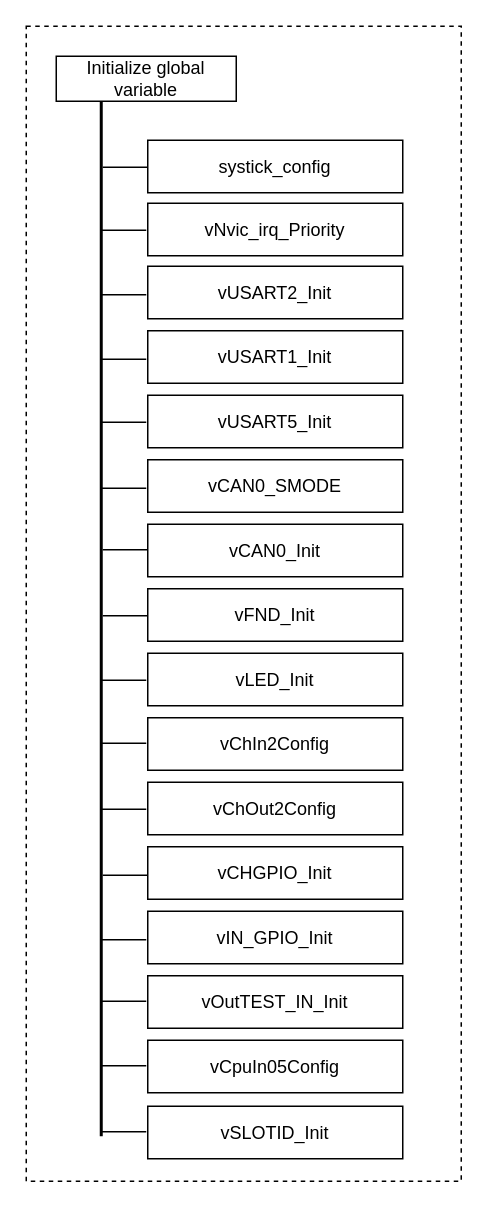
Above: page "IO - INPUT Initialize global variable" (6 of 6) of EABS/Document_Pack/Design/INPUT/BlockDiagram/eabs_input_block_diagram.drawio in chillin2/MyDraw.io (draw.io), before the change. Source tidied: cells renumbered, new cells numbered last; positions are measured from the earlier drawing's top-left corner, leaving out a move shared by most shapes. Both pictures are drawn from the tidied source at 150%, with x=0, y=0 at pixel (26, 26).
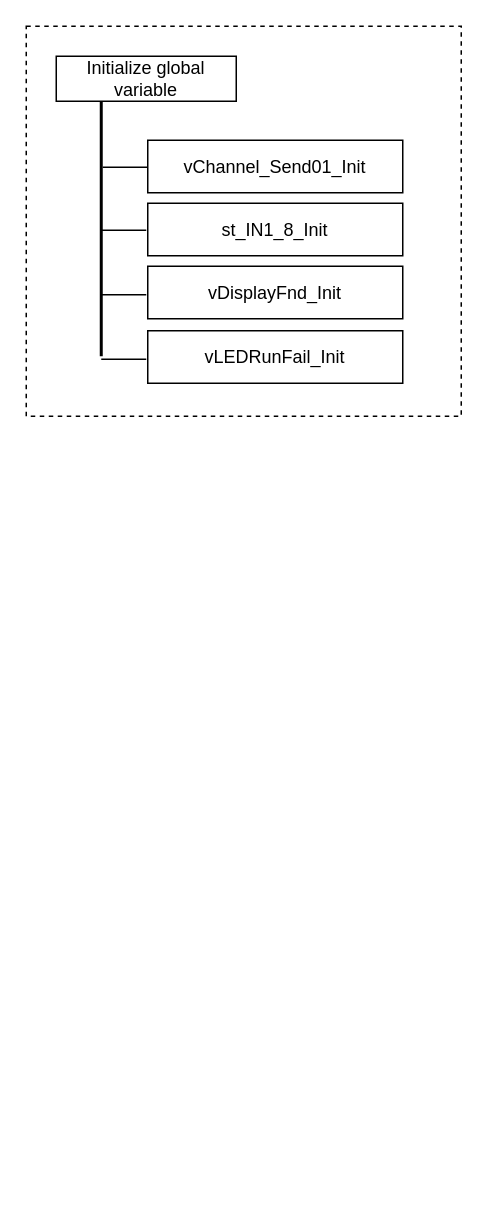
The same diagram, later.

Change to the diagram source:
```diff
@@
     <mxCell id="2" style="rounded=0;whiteSpace=wrap;html=1;dashed=1;" parent="1" vertex="1">
-      <mxGeometry width="290" height="770" as="geometry" />
+      <mxGeometry width="290" height="260" as="geometry" />
     </mxCell>
-    <mxCell id="3" value="&lt;div&gt;systick_config&lt;/div&gt;" style="rounded=0;whiteSpace=wrap;html=1;" parent="1" vertex="1">
+    <mxCell id="3" value="&lt;div&gt;vChannel_Send01_Init&lt;/div&gt;" style="rounded=0;whiteSpace=wrap;html=1;" parent="1" vertex="1">
       <mxGeometry x="81" y="76" width="170" height="35" as="geometry" />
     </mxCell>
-    <mxCell id="4" value="vNvic_irq_Priority" style="rounded=0;whiteSpace=wrap;html=1;" parent="1" vertex="1">
+    <mxCell id="4" value="st_IN1_8_Init" style="rounded=0;whiteSpace=wrap;html=1;" parent="1" vertex="1">
       <mxGeometry x="81" y="118" width="170" height="35" as="geometry" />
     </mxCell>
-    <mxCell id="5" value="vUSART2_Init" style="rounded=0;whiteSpace=wrap;html=1;" parent="1" vertex="1">
+    <mxCell id="5" value="vDisplayFnd_Init" style="rounded=0;whiteSpace=wrap;html=1;" parent="1" vertex="1">
       <mxGeometry x="81" y="160" width="170" height="35" as="geometry" />
     </mxCell>
-    <mxCell id="6" value="vUSART1_Init" style="rounded=0;whiteSpace=wrap;html=1;" parent="1" vertex="1">
+    <mxCell id="6" value="vLEDRunFail_Init" style="rounded=0;whiteSpace=wrap;html=1;" parent="1" vertex="1">
       <mxGeometry x="81" y="203" width="170" height="35" as="geometry" />
     </mxCell>
-    <mxCell id="7" value="vUSART5_Init" style="rounded=0;whiteSpace=wrap;html=1;" parent="1" vertex="1">
-      <mxGeometry x="81" y="246" width="170" height="35" as="geometry" />
-    </mxCell>
-    <mxCell id="8" value="vCAN0_SMODE" style="rounded=0;whiteSpace=wrap;html=1;" parent="1" vertex="1">
-      <mxGeometry x="81" y="289" width="170" height="35" as="geometry" />
-    </mxCell>
-    <mxCell id="9" value="vCAN0_Init" style="rounded=0;whiteSpace=wrap;html=1;" parent="1" vertex="1">
-      <mxGeometry x="81" y="332" width="170" height="35" as="geometry" />
-    </mxCell>
-    <mxCell id="10" value="vFND_Init" style="rounded=0;whiteSpace=wrap;html=1;" parent="1" vertex="1">
-      <mxGeometry x="81" y="375" width="170" height="35" as="geometry" />
-    </mxCell>
-    <mxCell id="11" value="vLED_Init" style="rounded=0;whiteSpace=wrap;html=1;" parent="1" vertex="1">
-      <mxGeometry x="81" y="418" width="170" height="35" as="geometry" />
-    </mxCell>
-    <mxCell id="12" value="vChIn2Config" style="rounded=0;whiteSpace=wrap;html=1;" parent="1" vertex="1">
-      <mxGeometry x="81" y="461" width="170" height="35" as="geometry" />
-    </mxCell>
-    <mxCell id="13" value="vChOut2Config" style="rounded=0;whiteSpace=wrap;html=1;" parent="1" vertex="1">
-      <mxGeometry x="81" y="504" width="170" height="35" as="geometry" />
-    </mxCell>
-    <mxCell id="14" value="vCHGPIO_Init" style="rounded=0;whiteSpace=wrap;html=1;" parent="1" vertex="1">
-      <mxGeometry x="81" y="547" width="170" height="35" as="geometry" />
-    </mxCell>
-    <mxCell id="15" value="vIN_GPIO_Init" style="rounded=0;whiteSpace=wrap;html=1;" parent="1" vertex="1">
-      <mxGeometry x="81" y="590" width="170" height="35" as="geometry" />
-    </mxCell>
-    <mxCell id="16" value="vOutTEST_IN_Init" style="rounded=0;whiteSpace=wrap;html=1;" parent="1" vertex="1">
-      <mxGeometry x="81" y="633" width="170" height="35" as="geometry" />
-    </mxCell>
@@
     <mxCell id="18" style="endArrow=none;html=1;rounded=0;strokeWidth=2;" parent="1" edge="1">
       <mxGeometry relative="1" as="geometry">
-        <mxPoint x="50" y="740" as="sourcePoint" />
+        <mxPoint x="50" y="220" as="sourcePoint" />
         <mxPoint x="50" y="50" as="targetPoint" />
       </mxGeometry>
     </mxCell>
-    <mxCell id="19" style="endArrow=none;html=1;rounded=0;" parent="1" edge="1">
-      <mxGeometry relative="1" as="geometry">
-        <mxPoint x="50" y="609" as="sourcePoint" />
-        <mxPoint x="80" y="609" as="targetPoint" />
-      </mxGeometry>
-    </mxCell>
-    <mxCell id="20" style="endArrow=none;html=1;rounded=0;" parent="1" edge="1">
-      <mxGeometry relative="1" as="geometry">
-        <mxPoint x="50" y="650" as="sourcePoint" />
-        <mxPoint x="80" y="650" as="targetPoint" />
-      </mxGeometry>
-    </mxCell>
-    <mxCell id="21" style="endArrow=none;html=1;rounded=0;" parent="1" edge="1">
-      <mxGeometry relative="1" as="geometry">
-        <mxPoint x="51" y="566" as="sourcePoint" />
-        <mxPoint x="81" y="566" as="targetPoint" />
-      </mxGeometry>
-    </mxCell>
-    <mxCell id="22" style="endArrow=none;html=1;rounded=0;" parent="1" edge="1">
-      <mxGeometry relative="1" as="geometry">
-        <mxPoint x="50" y="522" as="sourcePoint" />
-        <mxPoint x="80" y="522" as="targetPoint" />
-      </mxGeometry>
-    </mxCell>
-    <mxCell id="23" style="endArrow=none;html=1;rounded=0;" parent="1" edge="1">
-      <mxGeometry relative="1" as="geometry">
-        <mxPoint x="50" y="478" as="sourcePoint" />
-        <mxPoint x="80" y="478" as="targetPoint" />
-      </mxGeometry>
-    </mxCell>
-    <mxCell id="24" style="endArrow=none;html=1;rounded=0;" parent="1" edge="1">
-      <mxGeometry relative="1" as="geometry">
-        <mxPoint x="50" y="436" as="sourcePoint" />
-        <mxPoint x="80" y="436" as="targetPoint" />
-      </mxGeometry>
-    </mxCell>
-    <mxCell id="25" style="endArrow=none;html=1;rounded=0;" parent="1" edge="1">
-      <mxGeometry relative="1" as="geometry">
-        <mxPoint x="51" y="393" as="sourcePoint" />
-        <mxPoint x="81" y="393" as="targetPoint" />
-      </mxGeometry>
-    </mxCell>
-    <mxCell id="26" style="endArrow=none;html=1;rounded=0;" parent="1" edge="1">
-      <mxGeometry relative="1" as="geometry">
-        <mxPoint x="51" y="349" as="sourcePoint" />
-        <mxPoint x="81" y="349" as="targetPoint" />
-      </mxGeometry>
-    </mxCell>
-    <mxCell id="27" style="endArrow=none;html=1;rounded=0;" parent="1" edge="1">
-      <mxGeometry relative="1" as="geometry">
-        <mxPoint x="50" y="308" as="sourcePoint" />
-        <mxPoint x="80" y="308" as="targetPoint" />
-      </mxGeometry>
-    </mxCell>
-    <mxCell id="28" style="endArrow=none;html=1;rounded=0;" parent="1" edge="1">
-      <mxGeometry relative="1" as="geometry">
-        <mxPoint x="50" y="264" as="sourcePoint" />
-        <mxPoint x="80" y="264" as="targetPoint" />
-      </mxGeometry>
-    </mxCell>
@@
-    <mxCell id="33" value="vCpuIn05Config" style="rounded=0;whiteSpace=wrap;html=1;" parent="1" vertex="1">
-      <mxGeometry x="81" y="676" width="170" height="35" as="geometry" />
-    </mxCell>
-    <mxCell id="34" style="endArrow=none;html=1;rounded=0;" parent="1" edge="1">
-      <mxGeometry relative="1" as="geometry">
-        <mxPoint x="50" y="693" as="sourcePoint" />
-        <mxPoint x="80" y="693" as="targetPoint" />
-      </mxGeometry>
-    </mxCell>
-    <mxCell id="35" value="vSLOTID_Init" style="rounded=0;whiteSpace=wrap;html=1;" parent="1" vertex="1">
-      <mxGeometry x="81" y="720" width="170" height="35" as="geometry" />
-    </mxCell>
-    <mxCell id="36" style="endArrow=none;html=1;rounded=0;" parent="1" edge="1">
-      <mxGeometry relative="1" as="geometry">
-        <mxPoint x="50" y="737" as="sourcePoint" />
-        <mxPoint x="80" y="737" as="targetPoint" />
-      </mxGeometry>
-    </mxCell>
```
